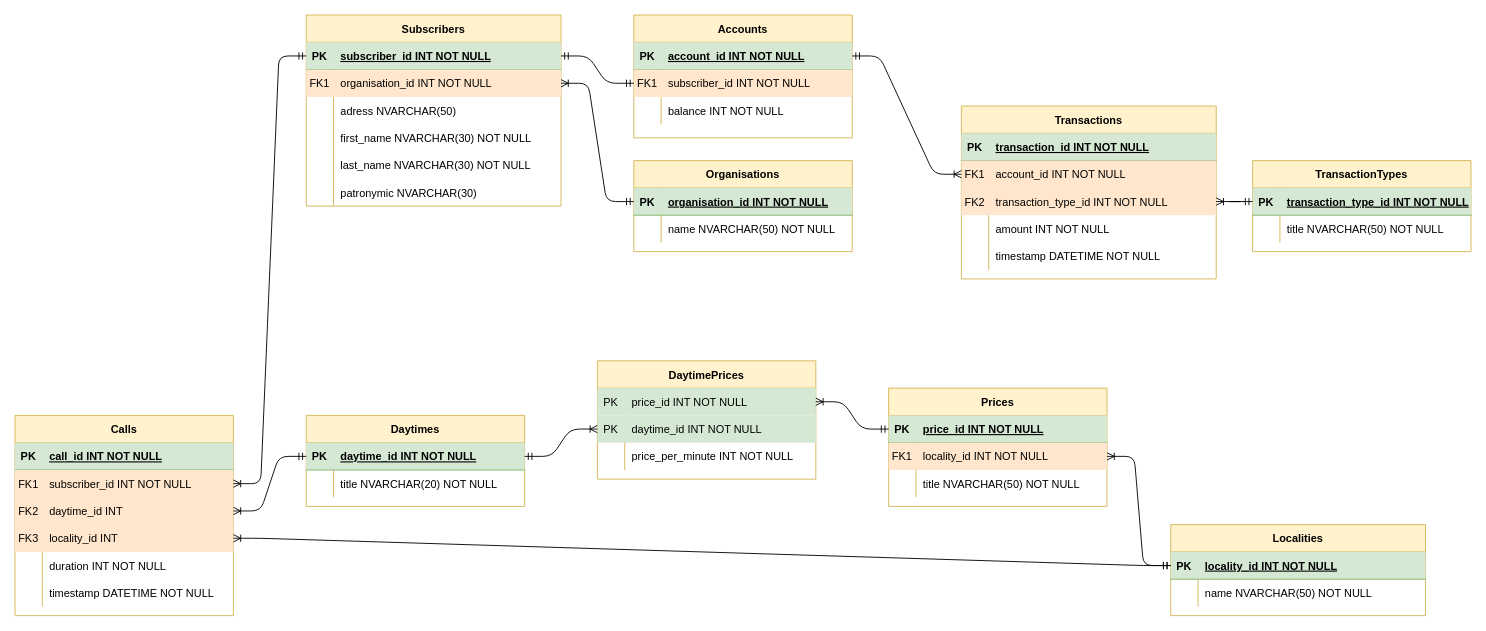
Before: DBSchema.drawio in temoncher/telephone-company-api, a draw.io diagram. Source tidied: cells renumbered, new cells numbered last; positions are measured from the earlier drawing's top-left corner, leaving out a move shared by most shapes. Both pictures are drawn from the tidied source at 91%, with x=0, y=0 at pixel (15, 15).
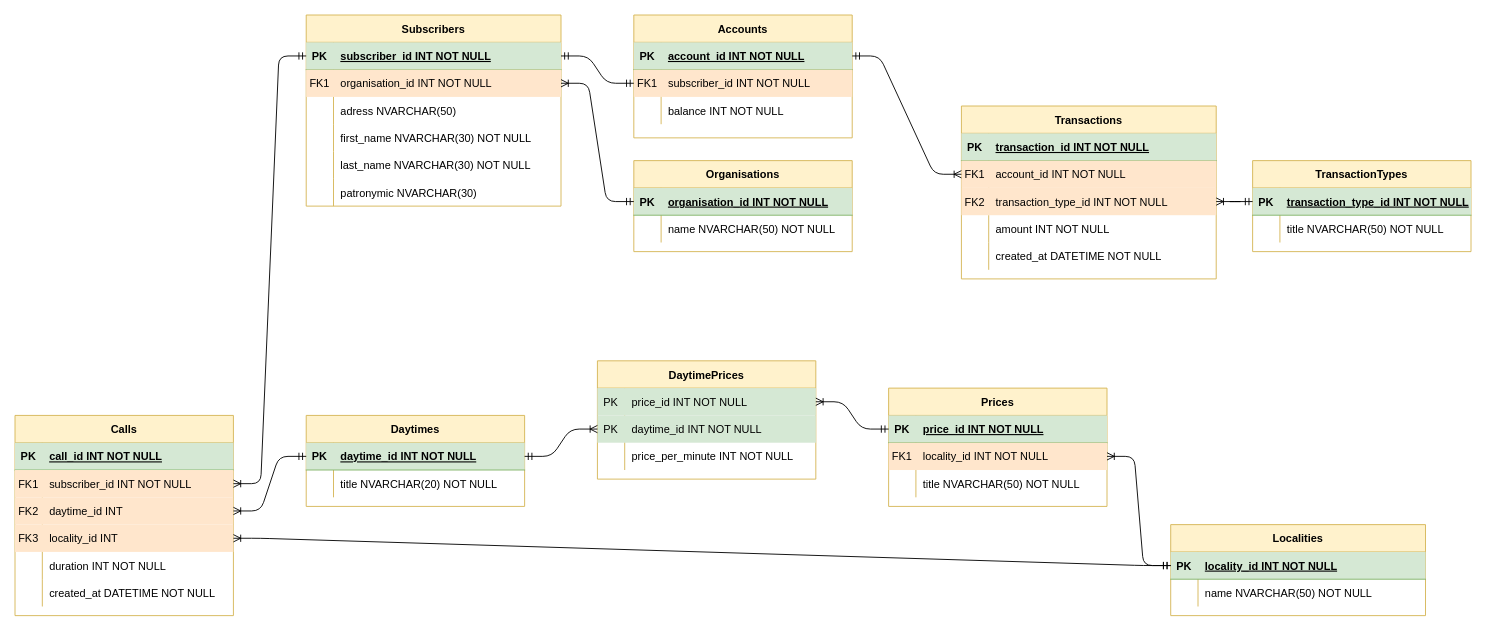
The same diagram, later.

Unchanged cells that the change refers to:
```xml
<mxCell id="52" style="shape=partialRectangle;fillColor=none;top=0;left=0;bottom=0;right=0;" parent="39" vertex="1">
  <mxGeometry y="150" width="280" height="30" as="geometry" />
</mxCell>
<mxCell id="102" style="shape=partialRectangle;fillColor=none;top=0;left=0;bottom=0;right=0;" parent="86" vertex="1">
  <mxGeometry y="180" width="240" height="30" as="geometry" />
</mxCell>
```

What changed in the source:
```diff
@@
-    <mxCell id="54" value="timestamp DATETIME NOT NULL" style="shape=partialRectangle;fillColor=none;top=0;left=0;bottom=0;right=0;align=left;spacingLeft=6;overflow=hidden;" parent="52" vertex="1">
+    <mxCell id="54" value="created_at DATETIME NOT NULL" style="shape=partialRectangle;fillColor=none;top=0;left=0;bottom=0;right=0;align=left;spacingLeft=6;overflow=hidden;" parent="52" vertex="1">
       <mxGeometry x="30" width="250" height="30" as="geometry" />
     </mxCell>
@@
-    <mxCell id="104" value="timestamp DATETIME NOT NULL" style="shape=partialRectangle;fillColor=none;top=0;left=0;bottom=0;right=0;align=left;spacingLeft=6;overflow=hidden;" parent="102" vertex="1">
+    <mxCell id="104" value="created_at DATETIME NOT NULL" style="shape=partialRectangle;fillColor=none;top=0;left=0;bottom=0;right=0;align=left;spacingLeft=6;overflow=hidden;" parent="102" vertex="1">
       <mxGeometry x="30" width="210" height="30" as="geometry" />
     </mxCell>
```
